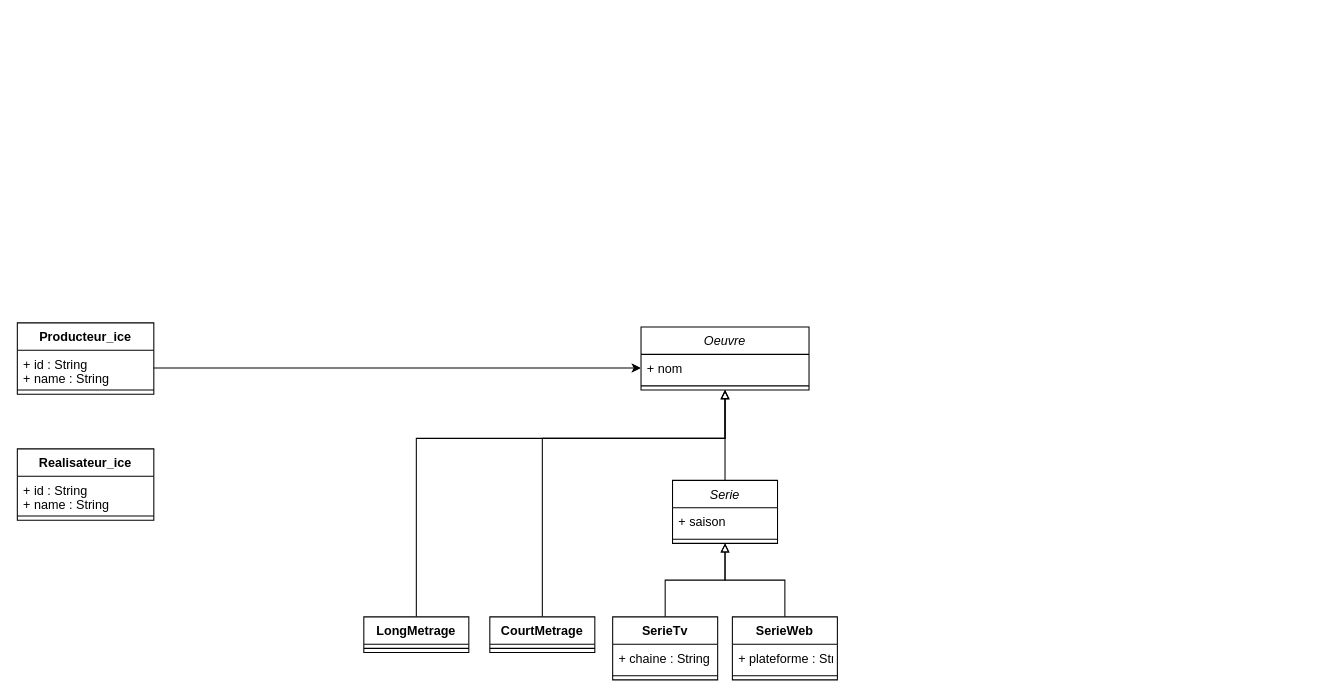
The draw.io diagram Diagramme sans nom.drawio in PierreGaillot/TestDiagramUML-Diagram.net, before the edit. Source tidied: cells renumbered, new cells numbered last; positions are measured from the earlier drawing's top-left corner, leaving out a move shared by most shapes. Both pictures are drawn from the tidied source at 105%, with x=0, y=0 at pixel (17, 322).
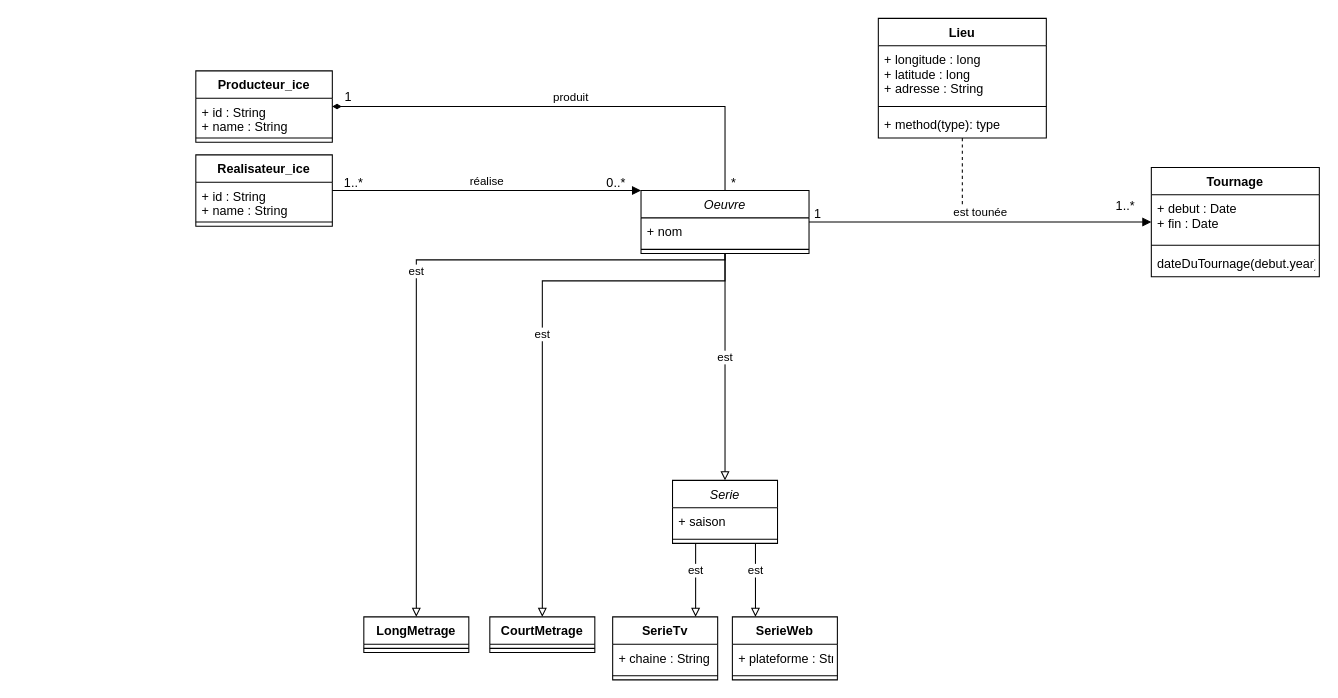
Above is the later version.

Commit message:
Mettre à jour Diagramme sans nom.drawio

The change refers to these unchanged cells:
```xml
<mxCell id="3" value="+ nom" style="text;strokeColor=none;fillColor=none;align=left;verticalAlign=top;spacingLeft=4;spacingRight=4;overflow=hidden;points=[[0,0.5],[1,0.5]];portConstraint=eastwest;" parent="2" vertex="1">
  <mxGeometry y="26" width="160" height="26" as="geometry" />
</mxCell>
<mxCell id="6" value="Serie" style="swimlane;fontStyle=2;align=center;verticalAlign=top;horizontal=1;startSize=26;" parent="1" vertex="1">
  <mxGeometry x="624" y="150" width="100" height="60" as="geometry" />
</mxCell>
<mxCell id="10" value="SerieTv" style="swimlane;fontStyle=1;align=center;verticalAlign=top;horizontal=1;startSize=26;" parent="1" vertex="1">
  <mxGeometry x="567" y="280" width="100" height="60" as="geometry" />
</mxCell>
<mxCell id="14" value="SerieWeb" style="swimlane;fontStyle=1;align=center;verticalAlign=top;horizontal=1;startSize=26;" parent="1" vertex="1">
  <mxGeometry x="681" y="280" width="100" height="60" as="geometry" />
</mxCell>
<mxCell id="18" value="CourtMetrage" style="swimlane;fontStyle=1;align=center;verticalAlign=top;horizontal=1;startSize=26;" parent="1" vertex="1">
  <mxGeometry x="450" y="280" width="100" height="34" as="geometry" />
</mxCell>
<mxCell id="21" value="LongMetrage" style="swimlane;fontStyle=1;align=center;verticalAlign=top;horizontal=1;startSize=26;" parent="1" vertex="1">
  <mxGeometry x="330" y="280" width="100" height="34" as="geometry" />
</mxCell>
<mxCell id="28" value="+ id : String&#10;+ name : String" style="text;strokeColor=none;fillColor=none;align=left;verticalAlign=top;spacingLeft=4;spacingRight=4;overflow=hidden;points=[[0,0.5],[1,0.5]];portConstraint=eastwest;" parent="27" vertex="1">
  <mxGeometry y="26" width="130" height="34" as="geometry" />
</mxCell>
```

Diff of the diagram source:
```diff
@@
     <mxCell id="2" value="Oeuvre" style="swimlane;fontStyle=2;align=center;verticalAlign=top;horizontal=1;startSize=26;" parent="1" vertex="1">
-      <mxGeometry x="594" y="4" width="160" height="60" as="geometry" />
+      <mxGeometry x="594" y="-126" width="160" height="60" as="geometry" />
     </mxCell>
@@
-    <mxCell id="5" style="edgeStyle=orthogonalEdgeStyle;rounded=0;jettySize=auto;html=1;strokeColor=#000000;endArrow=block;endFill=0;" parent="1" edge="1" source="6" target="2">
-      <mxGeometry relative="1" as="geometry" />
-    </mxCell>
@@
-    <mxCell id="9" style="edgeStyle=orthogonalEdgeStyle;rounded=0;jettySize=auto;html=1;strokeColor=#000000;endArrow=block;endFill=0;" parent="1" edge="1" source="10" target="6">
-      <mxGeometry relative="1" as="geometry" />
-    </mxCell>
@@
-    <mxCell id="13" style="edgeStyle=orthogonalEdgeStyle;rounded=0;jettySize=auto;html=1;strokeColor=#000000;endArrow=block;endFill=0;" parent="1" edge="1" source="14" target="6">
-      <mxGeometry relative="1" as="geometry" />
-    </mxCell>
@@
-    <mxCell id="17" style="edgeStyle=orthogonalEdgeStyle;rounded=0;jettySize=auto;html=1;strokeColor=#000000;endArrow=block;endFill=0;" parent="1" edge="1" source="18" target="2">
-      <mxGeometry relative="1" as="geometry">
-        <Array as="points">
-          <mxPoint x="500" y="110" />
-          <mxPoint x="674" y="110" />
-        </Array>
-      </mxGeometry>
-    </mxCell>
@@
-    <mxCell id="20" style="edgeStyle=orthogonalEdgeStyle;rounded=0;jettySize=auto;html=1;exitX=0.5;exitY=0;exitDx=0;exitDy=0;strokeColor=#000000;endArrow=block;endFill=0;" parent="1" edge="1" source="21" target="2">
-      <mxGeometry relative="1" as="geometry">
-        <Array as="points">
-          <mxPoint x="380" y="110" />
-          <mxPoint x="674" y="110" />
-        </Array>
-      </mxGeometry>
-    </mxCell>
@@
     <mxCell id="23" value="Realisateur_ice" style="swimlane;fontStyle=1;align=center;verticalAlign=top;horizontal=1;startSize=26;" parent="1" vertex="1">
-      <mxGeometry y="120" width="130" height="68" as="geometry" />
+      <mxGeometry x="170" y="-160" width="130" height="68" as="geometry" />
     </mxCell>
@@
-    <mxCell id="26" style="edgeStyle=orthogonalEdgeStyle;rounded=0;jettySize=auto;html=1;entryX=0;entryY=0.5;entryDx=0;entryDy=0;strokeColor=#FFFFFF;" parent="1" edge="1" source="27" target="3">
-      <mxGeometry relative="1" as="geometry" />
-    </mxCell>
     <mxCell id="27" value="Producteur_ice" style="swimlane;fontStyle=1;align=center;verticalAlign=top;horizontal=1;startSize=26;" parent="1" vertex="1">
-      <mxGeometry width="130" height="68" as="geometry" />
+      <mxGeometry x="170" y="-240" width="130" height="68" as="geometry" />
     </mxCell>
@@
-    <mxCell id="30" style="edgeStyle=orthogonalEdgeStyle;rounded=0;jettySize=auto;html=1;entryX=0;entryY=0.5;entryDx=0;entryDy=0;strokeColor=#000000;" parent="1" edge="1" source="28" target="3">
-      <mxGeometry relative="1" as="geometry" />
-    </mxCell>
+    <mxCell id="31" value="réalise" style="html=1;verticalAlign=bottom;endArrow=block;rounded=0;strokeColor=#000000;edgeStyle=orthogonalEdgeStyle;" parent="1" edge="1" source="23" target="2">
+      <mxGeometry relative="1" as="geometry">
+        <Array as="points">
+          <mxPoint x="235" y="-96" />
+        </Array>
+      </mxGeometry>
+    </mxCell>
+    <mxCell id="32" value="est" style="html=1;verticalAlign=bottom;endArrow=block;rounded=0;strokeColor=#000000;entryX=0.5;entryY=0;entryDx=0;entryDy=0;edgeStyle=orthogonalEdgeStyle;endFill=0;" parent="1" edge="1" source="2" target="6">
+      <mxGeometry relative="1" as="geometry" />
+    </mxCell>
+    <mxCell id="33" value="est" style="html=1;verticalAlign=bottom;endArrow=block;rounded=0;strokeColor=#000000;edgeStyle=elbowEdgeStyle;endFill=0;" parent="1" edge="1" source="6" target="10">
+      <mxGeometry relative="1" as="geometry" />
+    </mxCell>
+    <mxCell id="34" value="est" style="html=1;verticalAlign=bottom;endArrow=block;rounded=0;strokeColor=#000000;edgeStyle=elbowEdgeStyle;endFill=0;" parent="1" edge="1" source="6" target="14">
+      <mxGeometry relative="1" as="geometry" />
+    </mxCell>
+    <mxCell id="35" value="est" style="html=1;verticalAlign=bottom;endArrow=block;rounded=0;strokeColor=#000000;edgeStyle=orthogonalEdgeStyle;endFill=0;" parent="1" edge="1" source="2" target="18">
+      <mxGeometry relative="1" as="geometry">
+        <Array as="points">
+          <mxPoint x="674" y="-40" />
+          <mxPoint x="500" y="-40" />
+        </Array>
+      </mxGeometry>
+    </mxCell>
+    <mxCell id="36" value="est" style="html=1;verticalAlign=bottom;endArrow=block;rounded=0;strokeColor=#000000;edgeStyle=orthogonalEdgeStyle;endFill=0;exitX=0.5;exitY=1;exitDx=0;exitDy=0;" parent="1" edge="1" source="2" target="21">
+      <mxGeometry relative="1" as="geometry">
+        <Array as="points">
+          <mxPoint x="674" y="-60" />
+          <mxPoint x="380" y="-60" />
+        </Array>
+      </mxGeometry>
+    </mxCell>
+    <mxCell id="37" value="produit" style="html=1;verticalAlign=bottom;endArrow=none;rounded=0;strokeColor=#000000;edgeStyle=orthogonalEdgeStyle;endFill=0;startArrow=diamondThin;startFill=1;" parent="1" edge="1" source="27" target="2">
+      <mxGeometry relative="1" as="geometry" />
+    </mxCell>
+    <mxCell id="38" style="edgeStyle=orthogonalEdgeStyle;rounded=0;jettySize=auto;html=1;strokeColor=#000000;endArrow=none;endFill=0;dashed=1;" parent="1" edge="1" source="39">
+      <mxGeometry relative="1" as="geometry">
+        <mxPoint x="900" y="-100" as="targetPoint" />
+      </mxGeometry>
+    </mxCell>
+    <mxCell id="39" value="Lieu" style="swimlane;fontStyle=1;align=center;verticalAlign=top;horizontal=1;startSize=26;" parent="1" vertex="1">
+      <mxGeometry x="820" y="-290" width="160" height="114" as="geometry" />
+    </mxCell>
+    <mxCell id="40" value="+ longitude : long&#10;+ latitude : long&#10;+ adresse : String" style="text;strokeColor=none;fillColor=none;align=left;verticalAlign=top;spacingLeft=4;spacingRight=4;overflow=hidden;" parent="39" vertex="1">
+      <mxGeometry y="26" width="160" height="54" as="geometry" />
+    </mxCell>
+    <mxCell id="41" style="line;strokeWidth=1;fillColor=none;align=left;verticalAlign=middle;spacingTop=-1;spacingLeft=3;spacingRight=3;labelPosition=right;strokeColor=inherit;" parent="39" vertex="1">
+      <mxGeometry y="80" width="160" height="8" as="geometry" />
+    </mxCell>
+    <mxCell id="42" value="+ method(type): type" style="text;strokeColor=none;fillColor=none;align=left;verticalAlign=top;spacingLeft=4;spacingRight=4;overflow=hidden;" parent="39" vertex="1">
+      <mxGeometry y="88" width="160" height="26" as="geometry" />
+    </mxCell>
+    <mxCell id="43" value="Tournage" style="swimlane;fontStyle=1;align=center;verticalAlign=top;horizontal=1;startSize=26;" parent="1" vertex="1">
+      <mxGeometry x="1080" y="-148" width="160" height="104" as="geometry" />
+    </mxCell>
+    <mxCell id="44" value="+ debut : Date&#10;+ fin : Date" style="text;strokeColor=none;fillColor=none;align=left;verticalAlign=top;spacingLeft=4;spacingRight=4;overflow=hidden;" parent="43" vertex="1">
+      <mxGeometry y="26" width="160" height="44" as="geometry" />
+    </mxCell>
+    <mxCell id="45" style="line;strokeWidth=1;fillColor=none;align=left;verticalAlign=middle;spacingTop=-1;spacingLeft=3;spacingRight=3;labelPosition=right;strokeColor=inherit;" parent="43" vertex="1">
+      <mxGeometry y="70" width="160" height="8" as="geometry" />
+    </mxCell>
+    <mxCell id="46" value="dateDuTournage(debut.year)" style="text;strokeColor=none;fillColor=none;align=left;verticalAlign=top;spacingLeft=4;spacingRight=4;overflow=hidden;" parent="43" vertex="1">
+      <mxGeometry y="78" width="160" height="26" as="geometry" />
+    </mxCell>
+    <mxCell id="47" value="est tounée" style="html=1;verticalAlign=bottom;endArrow=block;rounded=0;strokeColor=#000000;edgeStyle=orthogonalEdgeStyle;" parent="1" edge="1" source="2" target="43">
+      <mxGeometry relative="1" as="geometry" />
+    </mxCell>
+    <mxCell id="48" value="0..*" style="text;html=1;align=center;verticalAlign=middle;strokeColor=none;fillColor=none;" parent="1" vertex="1">
+      <mxGeometry x="550" y="-148" width="40" height="30" as="geometry" />
+    </mxCell>
+    <mxCell id="49" value="1..*" style="text;html=1;align=center;verticalAlign=middle;strokeColor=none;fillColor=none;" parent="1" vertex="1">
+      <mxGeometry x="300" y="-148" width="40" height="30" as="geometry" />
+    </mxCell>
+    <mxCell id="50" value="1" style="text;html=1;align=center;verticalAlign=middle;strokeColor=none;fillColor=none;" parent="1" vertex="1">
+      <mxGeometry x="300" y="-230" width="30" height="30" as="geometry" />
+    </mxCell>
+    <mxCell id="51" value="*" style="text;html=1;align=center;verticalAlign=middle;strokeColor=none;fillColor=none;" parent="1" vertex="1">
+      <mxGeometry x="667" y="-148" width="30" height="30" as="geometry" />
+    </mxCell>
+    <mxCell id="52" value="1" style="text;html=1;align=center;verticalAlign=middle;strokeColor=none;fillColor=none;" parent="1" vertex="1">
+      <mxGeometry x="747" y="-118" width="30" height="30" as="geometry" />
+    </mxCell>
+    <mxCell id="53" value="1..*" style="text;html=1;align=center;verticalAlign=middle;strokeColor=none;fillColor=none;" parent="1" vertex="1">
+      <mxGeometry x="1035" y="-126" width="40" height="30" as="geometry" />
+    </mxCell>
```
